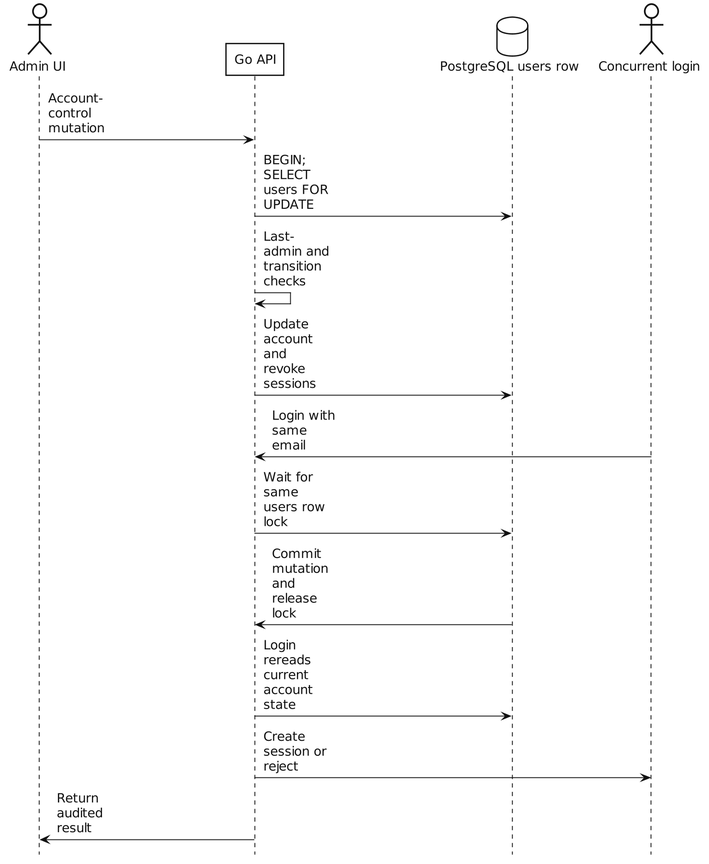
Earlier version of the PlantUML export report/assets/diagrams/account-control-lock.png (gachu2002/UniTrack).
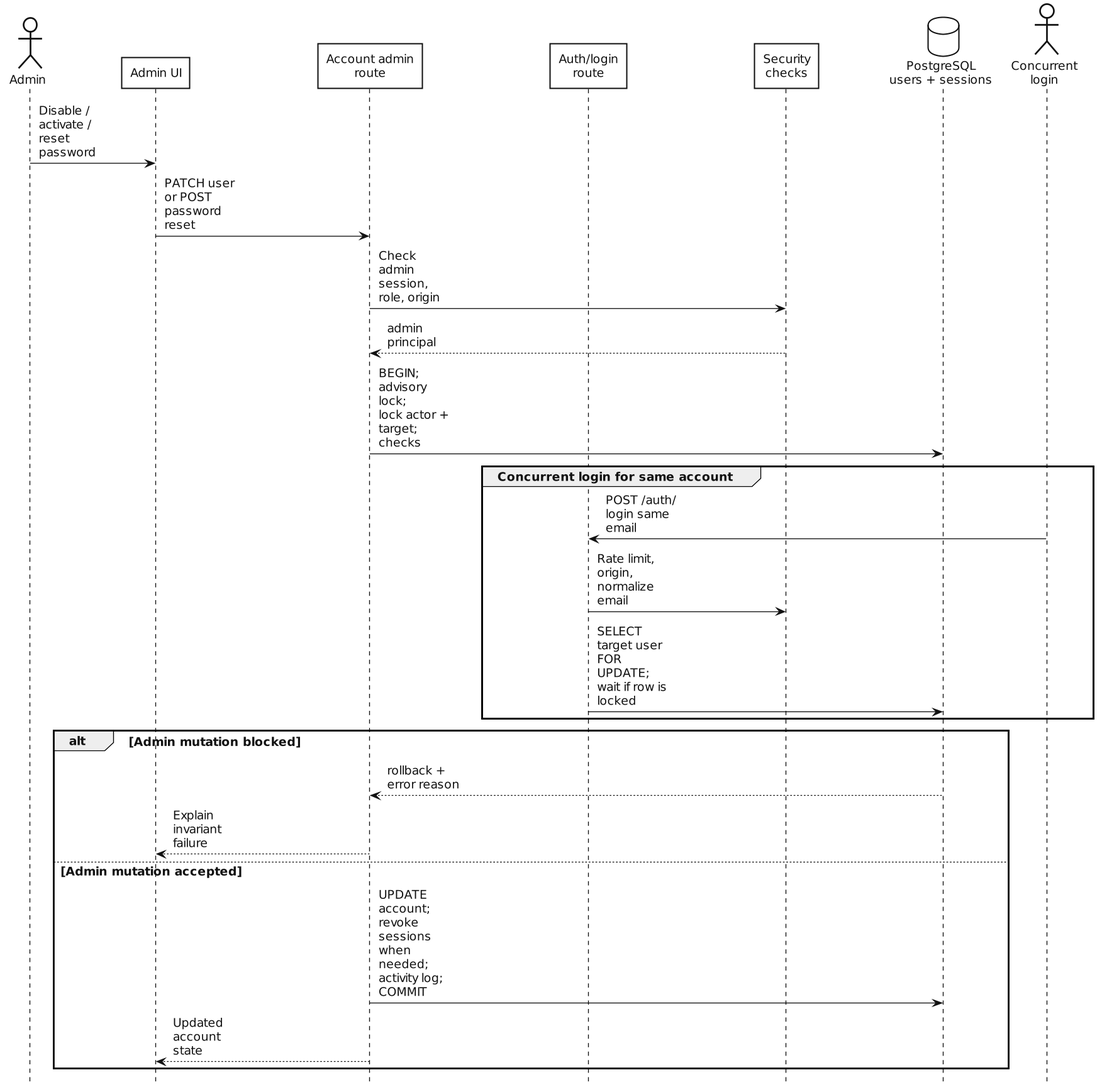
The same diagram one commit later.

Diff of the diagram source:
```diff
@@ -106,22 +106,39 @@
 skinparam backgroundColor white
 skinparam shadowing false
 skinparam defaultFontName "DejaVu Sans"
+skinparam defaultFontSize 14
+skinparam dpi 130
 skinparam sequenceArrowThickness 1
+skinparam ParticipantPadding 70
+skinparam BoxPadding 7
+skinparam maxMessageSize 86
 hide footbox
 
-actor "Admin UI" as Admin
-participant "Go API" as API
-database "PostgreSQL users row" as DB
-actor "Concurrent login" as Login
+actor "Admin" as Admin
+participant "Admin UI" as AdminUI
+participant "Account admin\nroute" as AccountRoute
+participant "Auth/login\nroute" as LoginRoute
+participant "Security\nchecks" as Security
+database "PostgreSQL\nusers + sessions" as DB
+actor "Concurrent\nlogin" as Concurrent
 
-Admin -> API : Account-control mutation
-API -> DB : BEGIN; SELECT users FOR UPDATE
-API -> API : Last-admin and transition checks
-API -> DB : Update account and revoke sessions
-Login -> API : Login with same email
-API -> DB : Wait for same users row lock
-DB -> API : Commit mutation and release lock
-API -> DB : Login rereads current account state
-API -> Login : Create session or reject
-API -> Admin : Return audited result
+Admin -> AdminUI : Disable / activate / reset password
+AdminUI -> AccountRoute : PATCH user or POST password reset
+AccountRoute -> Security : Check admin session, role, origin
+Security --> AccountRoute : admin principal
+AccountRoute -> DB : BEGIN; advisory lock;\nlock actor + target; checks
+
+group Concurrent login for same account
+  Concurrent -> LoginRoute : POST /auth/login same email
+  LoginRoute -> Security : Rate limit, origin, normalize email
+  LoginRoute -> DB : SELECT target user FOR UPDATE;\nwait if row is locked
+end
+
+alt Admin mutation blocked
+  DB --> AccountRoute : rollback + error reason
+  AccountRoute --> AdminUI : Explain invariant failure
+else Admin mutation accepted
+  AccountRoute -> DB : UPDATE account; revoke sessions\nwhen needed; activity log; COMMIT
+  AccountRoute --> AdminUI : Updated account state
+end
 @enduml
```
